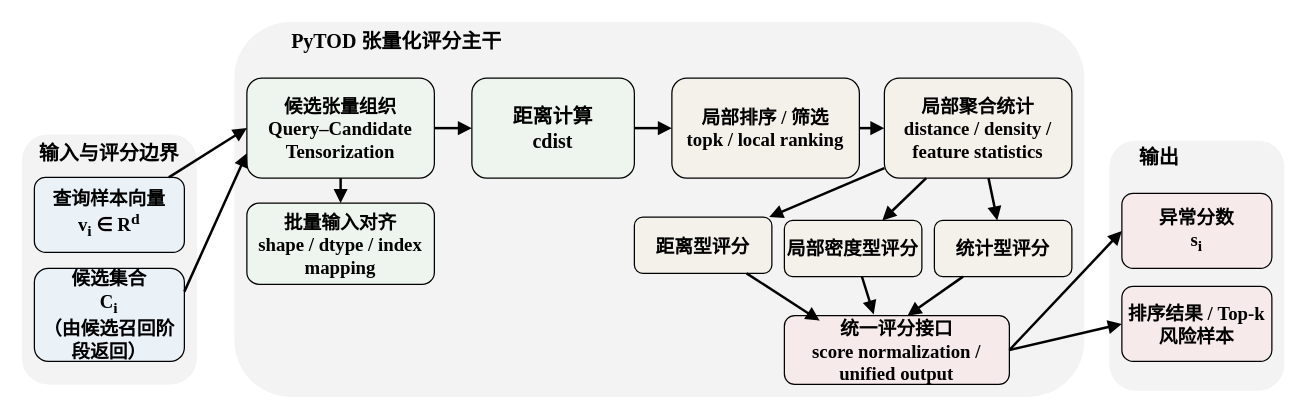
HuangEven/latex-template keeps this draw.io diagram as figures/fig3-2_PyTOD_scoring_backbone.drawio. Above is the earlier version. Source tidied: cells renumbered, new cells numbered last; positions are measured from the earlier drawing's top-left corner, leaving out a move shared by most shapes. Both pictures are drawn from the tidied source at 125%, with x=0, y=0 at pixel (21, 21).
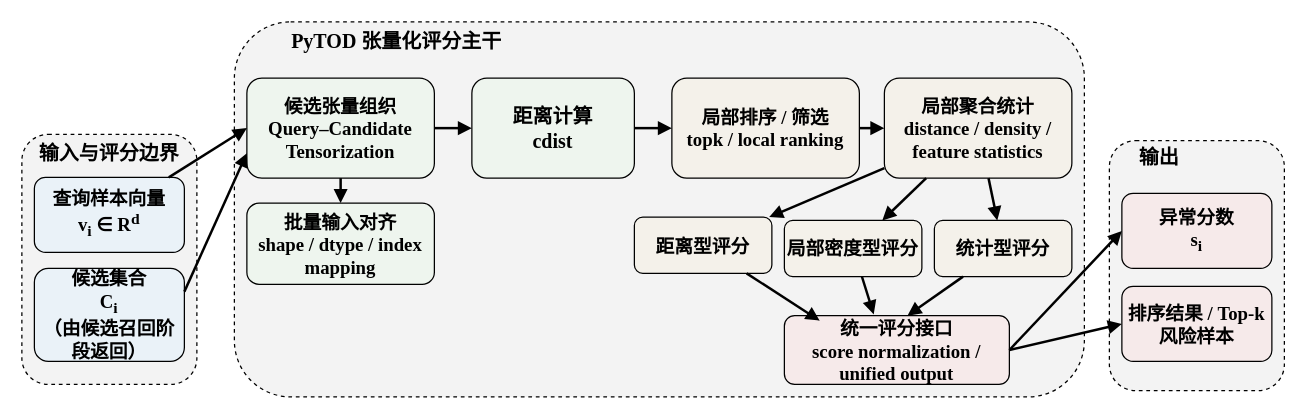
The same diagram, later.

What changed in the source:
```diff
@@
-    <mxCell id="2" style="rounded=1;whiteSpace=wrap;html=1;fillColor=#F3F3F3;strokeColor=none;dashed=1;fontSize=14;fontStyle=1;verticalAlign=top;align=left;spacingTop=8;spacingLeft=8;rotation=0;fontFamily=Times New Roman;" parent="1" vertex="1">
+    <mxCell id="2" style="rounded=1;whiteSpace=wrap;html=1;fillColor=#F3F3F3;strokeColor=default;dashed=1;fontSize=14;fontStyle=1;verticalAlign=top;align=left;spacingTop=8;spacingLeft=8;rotation=0;fontFamily=Times New Roman;" parent="1" vertex="1">
       <mxGeometry y="90" width="140" height="200" as="geometry" />
     </mxCell>
-    <mxCell id="3" style="rounded=1;whiteSpace=wrap;html=1;fillColor=#F3F3F3;strokeColor=none;dashed=1;fontSize=14;fontStyle=1;verticalAlign=top;align=left;spacingTop=8;spacingLeft=8;fontFamily=Times New Roman;" parent="1" vertex="1">
+    <mxCell id="3" style="rounded=1;whiteSpace=wrap;html=1;fillColor=#F3F3F3;strokeColor=default;dashed=1;fontSize=14;fontStyle=1;verticalAlign=top;align=left;spacingTop=8;spacingLeft=8;fontFamily=Times New Roman;" parent="1" vertex="1">
       <mxGeometry x="170" width="680" height="300" as="geometry" />
     </mxCell>
-    <mxCell id="4" style="rounded=1;whiteSpace=wrap;html=1;fillColor=#F3F3F3;strokeColor=none;dashed=1;fontSize=14;fontStyle=1;verticalAlign=top;align=left;spacingTop=8;spacingLeft=8;fontFamily=Times New Roman;" parent="1" vertex="1">
+    <mxCell id="4" style="rounded=1;whiteSpace=wrap;html=1;fillColor=#F3F3F3;strokeColor=default;dashed=1;fontSize=14;fontStyle=1;verticalAlign=top;align=left;spacingTop=8;spacingLeft=8;fontFamily=Times New Roman;" parent="1" vertex="1">
       <mxGeometry x="870" y="95" width="140" height="200" as="geometry" />
     </mxCell>
```
